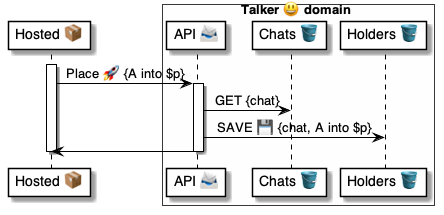
Above: 4 ⚙️ Solution/35 💬 Chats/Talkers 😃/😃🅰️ Talker methods/Place 🧑‍💻🚀😃/😃 Place ⚙️ uml.png in pollyweb-org/pollyweb-docs (PlantUML), before the change. Its source is kept beside it as 4 ⚙️ Solution/35 💬 Chats/Talkers 😃/😃🅰️ Talker methods/Place 🧑‍💻🚀😃/😃 Place ⚙️ uml.puml.
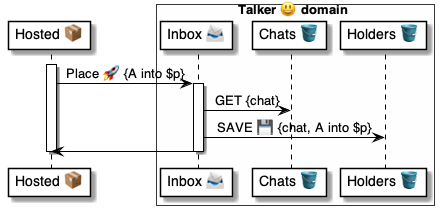
Later version of the same file.

What changed in the source:
```diff
@@ -3,20 +3,20 @@
 participant "Hosted 📦" as hosted
 
 box Talker 😃 domain #FFFFFA
-    participant "API 📨" as talker
+    participant "Inbox 📨" as inbox
     participant "Chats 🪣" as chats
     participant "Holders 🪣" as holders
 end box
 
 
 activate hosted
-    hosted -> talker: Place 🚀 {A into $p}
+    hosted -> inbox: Place 🚀 {A into $p}
 
-    activate talker
-        talker -> chats: GET {chat}
-        talker -> holders: SAVE 💾 {chat, A into $p}
-        talker -> hosted:
-    deactivate talker
+    activate inbox
+        inbox -> chats: GET {chat}
+        inbox -> holders: SAVE 💾 {chat, A into $p}
+        inbox -> hosted:
+    deactivate inbox
 
 deactivate hosted
 
```
